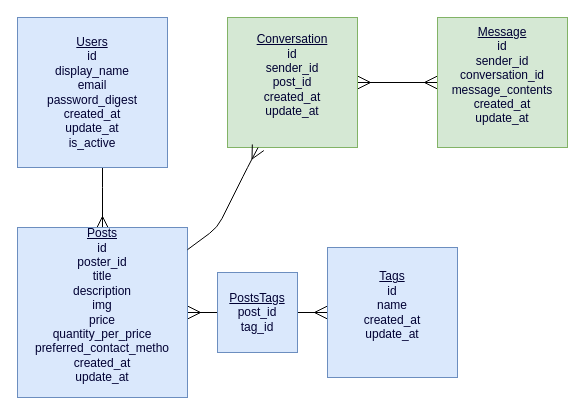
Before: erb.drawio in myra-1/remote-farmers-market, a draw.io diagram. Source tidied: cells renumbered, new cells numbered last; positions are measured from the earlier drawing's top-left corner, leaving out a move shared by most shapes. Both pictures are drawn from the tidied source at 100%, with x=0, y=0 at pixel (17, 17).
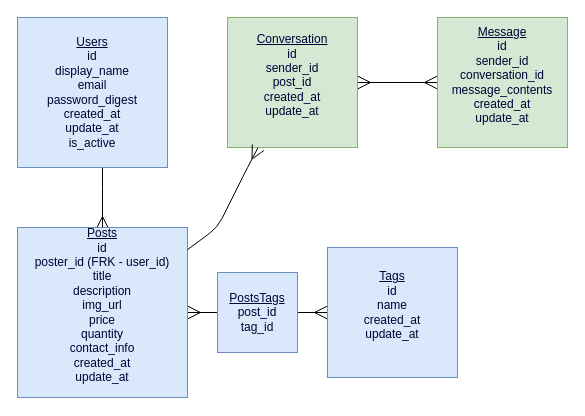
The same page after the edit.

Commit message (it also covers changes not shown here):
posts model and controller

The edit, as a diff of the source:
```diff
@@
 <mxGraphModel>
   <root>
     <mxCell id="0" />
     <mxCell id="1" parent="0" />
     <mxCell id="2" style="edgeStyle=orthogonalEdgeStyle;rounded=0;jettySize=auto;html=1;endArrow=ERmany;endFill=0;endSize=9;startSize=11;" parent="1" edge="1" source="3" target="5">
       <mxGeometry relative="1" as="geometry">
         <Array as="points">
           <mxPoint x="85" y="170" />
           <mxPoint x="85" y="170" />
         </Array>
       </mxGeometry>
     </mxCell>
     <mxCell id="3" value="&lt;font color=&quot;#000033&quot;&gt;&lt;u&gt;Users&lt;/u&gt;&lt;br&gt;id&lt;br&gt;display_name&lt;br&gt;email&lt;br&gt;password_digest&lt;br&gt;created_at&lt;br&gt;update_at&lt;br&gt;is_active&lt;br&gt;&lt;/font&gt;" style="whiteSpace=wrap;html=1;fillColor=#dae8fc;strokeColor=#6c8ebf;" parent="1" vertex="1">
       <mxGeometry width="150" height="150" as="geometry" />
     </mxCell>
     <mxCell id="4" style="edgeStyle=orthogonalEdgeStyle;rounded=0;jettySize=auto;html=1;verticalAlign=middle;horizontal=1;endArrow=ERmany;endFill=0;startArrow=ERmany;startFill=0;endSize=11;startSize=11;" parent="1" edge="1" source="5" target="6">
       <mxGeometry relative="1" as="geometry" />
     </mxCell>
-    <mxCell id="5" value="&lt;font color=&quot;#000033&quot;&gt;&lt;u&gt;Posts&lt;/u&gt;&lt;br&gt;id&lt;br&gt;poster_id&lt;br&gt;title&lt;br&gt;description&lt;br&gt;img&lt;br&gt;price&lt;br&gt;quantity_per_price&lt;br&gt;preferred_contact_metho&lt;br&gt;created_at&lt;br&gt;update_at&lt;br&gt;&lt;br&gt;&lt;/font&gt;" style="whiteSpace=wrap;html=1;fillColor=#dae8fc;strokeColor=#6c8ebf;" parent="1" vertex="1">
+    <mxCell id="5" value="&lt;font color=&quot;#000033&quot;&gt;&lt;u&gt;Posts&lt;/u&gt;&lt;br&gt;id&lt;br&gt;poster_id (FRK - user_id)&lt;br&gt;title&lt;br&gt;description&lt;br&gt;img_url&lt;br&gt;price&lt;br&gt;quantity&lt;br&gt;contact_info&lt;br&gt;created_at&lt;br&gt;update_at&lt;br&gt;&lt;br&gt;&lt;/font&gt;" style="whiteSpace=wrap;html=1;fillColor=#dae8fc;strokeColor=#6c8ebf;" parent="1" vertex="1">
       <mxGeometry y="210" width="170" height="170" as="geometry" />
     </mxCell>
     <mxCell id="6" value="&lt;font color=&quot;#000033&quot;&gt;&lt;u&gt;Tags&lt;/u&gt;&lt;br&gt;id&lt;br&gt;name&lt;br&gt;created_at&lt;br&gt;update_at&lt;br&gt;&lt;br&gt;&lt;/font&gt;" style="whiteSpace=wrap;html=1;fillColor=#dae8fc;strokeColor=#6c8ebf;" parent="1" vertex="1">
       <mxGeometry x="310" y="230" width="130" height="130" as="geometry" />
     </mxCell>
     <mxCell id="7" style="edgeStyle=orthogonalEdgeStyle;rounded=0;jettySize=auto;html=1;startArrow=ERmany;startFill=0;endArrow=ERmany;endFill=0;endSize=11;startSize=11;" parent="1" edge="1" source="8" target="9">
       <mxGeometry relative="1" as="geometry" />
     </mxCell>
     <mxCell id="8" value="&lt;font color=&quot;#000033&quot;&gt;&lt;u&gt;Conversation&lt;/u&gt;&lt;br&gt;id&lt;br&gt;sender_id&lt;br&gt;post_id&lt;br&gt;created_at&lt;br&gt;update_at&lt;br&gt;&lt;br&gt;&lt;/font&gt;" style="whiteSpace=wrap;html=1;fillColor=#d5e8d4;strokeColor=#82b366;" parent="1" vertex="1">
       <mxGeometry x="210" width="130" height="130" as="geometry" />
     </mxCell>
     <mxCell id="9" value="&lt;font color=&quot;#000033&quot;&gt;&lt;u&gt;Message&lt;/u&gt;&lt;br&gt;id&lt;br&gt;sender_id&lt;br&gt;conversation_id&lt;br&gt;message_contents&lt;br&gt;created_at&lt;br&gt;update_at&lt;br&gt;&lt;br&gt;&lt;/font&gt;" style="whiteSpace=wrap;html=1;fillColor=#d5e8d4;strokeColor=#82b366;" parent="1" vertex="1">
       <mxGeometry x="420" width="130" height="130" as="geometry" />
     </mxCell>
     <mxCell id="10" style="endArrow=ERmany;html=1;endFill=0;endSize=11;" parent="1" edge="1" source="5" target="8">
       <mxGeometry relative="1" as="geometry">
         <Array as="points">
           <mxPoint x="200" y="210" />
           <mxPoint x="230" y="150" />
         </Array>
       </mxGeometry>
     </mxCell>
     <mxCell id="11" value="&lt;font color=&quot;#000033&quot;&gt;&lt;u&gt;PostsTags&lt;/u&gt;&lt;br&gt;post_id&lt;br&gt;tag_id&lt;br&gt;&lt;/font&gt;" style="whiteSpace=wrap;html=1;fillColor=#dae8fc;strokeColor=#6c8ebf;" parent="1" vertex="1">
       <mxGeometry x="200" y="255" width="80" height="80" as="geometry" />
     </mxCell>
   </root>
 </mxGraphModel>
```
